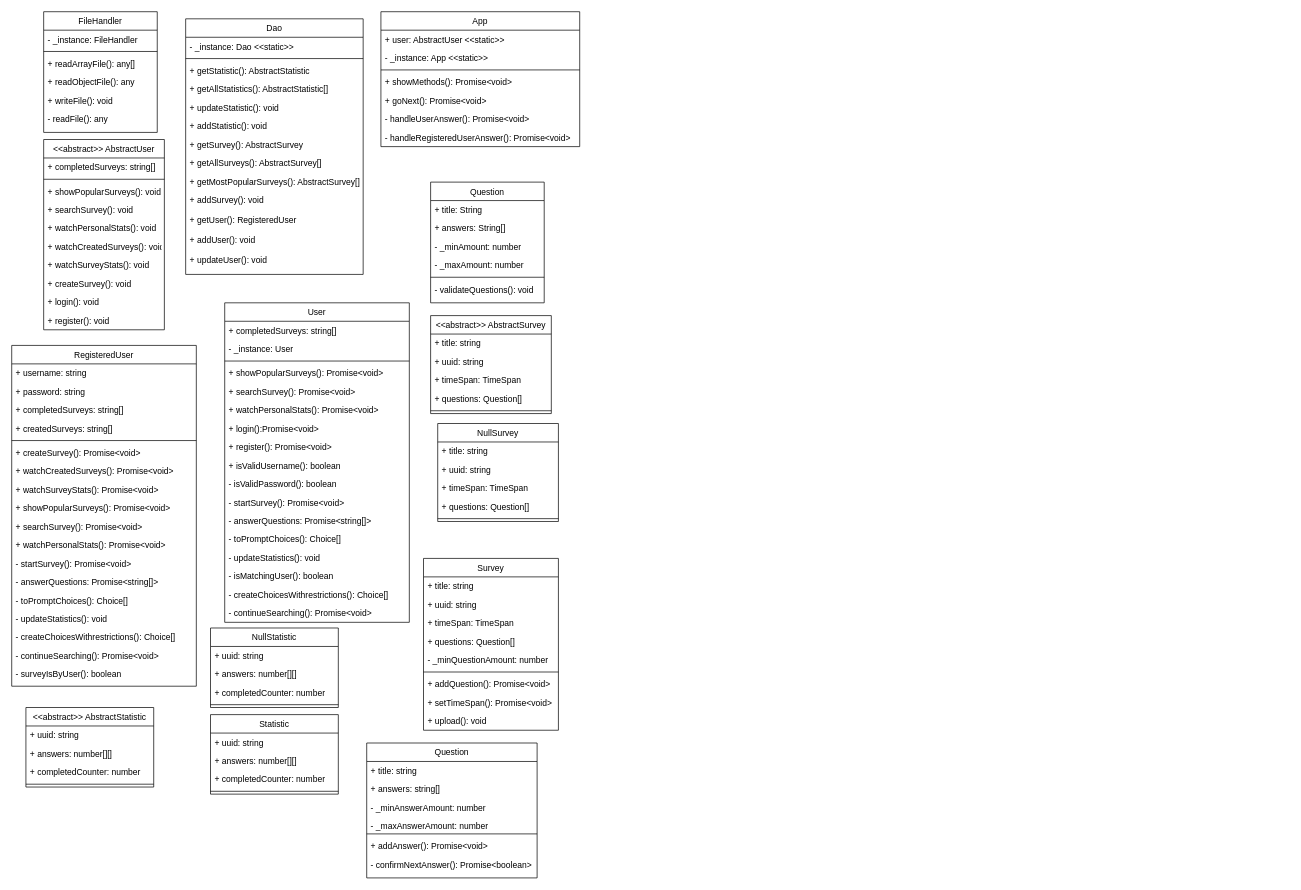
The draw.io diagram UML/class_diagram.drawio in FabianKowatsch/Questionaries_SoSe_2021, before the edit. Source tidied: cells renumbered, new cells numbered last; positions are measured from the earlier drawing's top-left corner, leaving out a move shared by most shapes. Both pictures are drawn from the tidied source at 71%, with x=0, y=0 at pixel (11, 11).
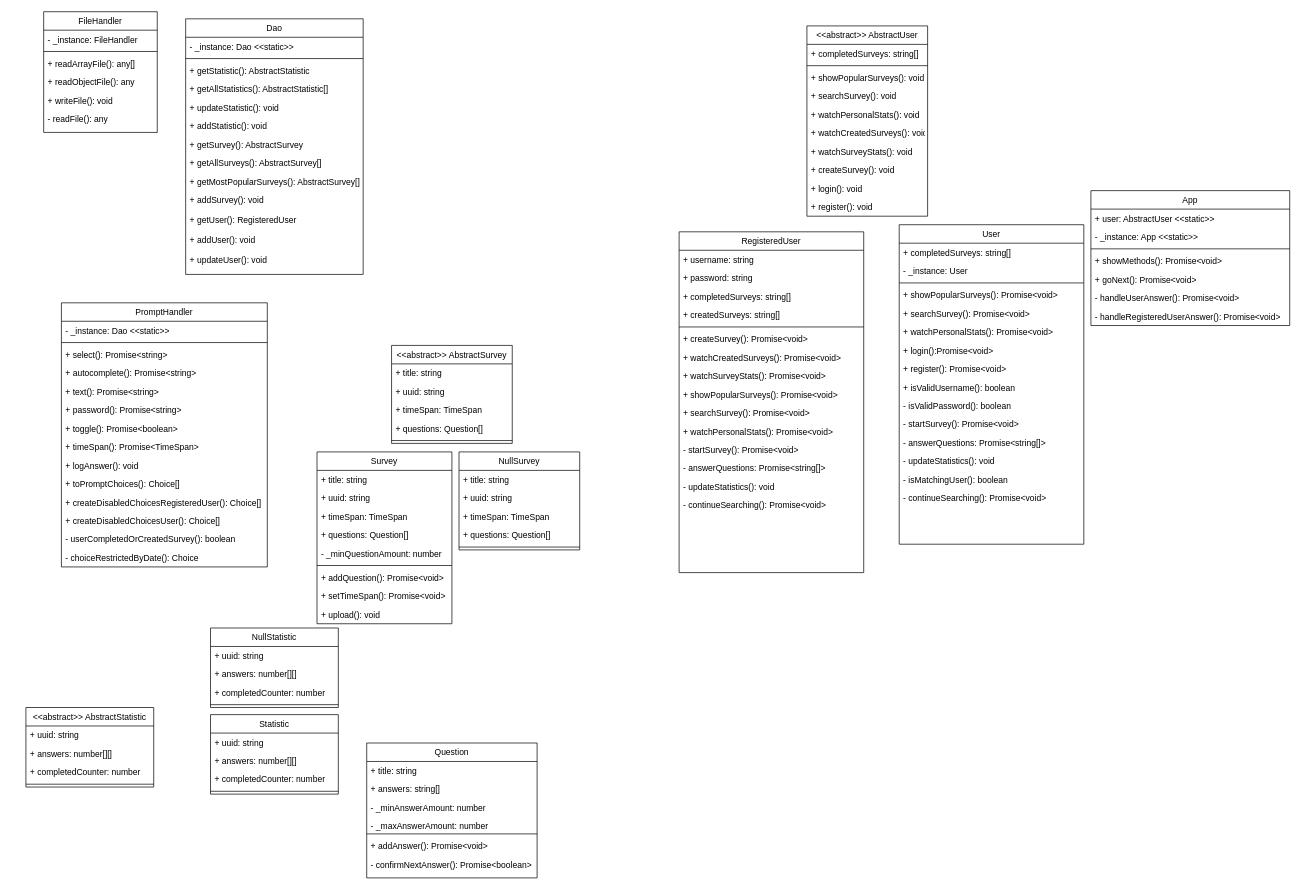
After the change.

Change to the diagram source:
```diff
@@
-    <mxCell id="2" value="Question" style="swimlane;fontStyle=0;align=center;verticalAlign=top;horizontal=1;startSize=26;rounded=0;shadow=0;strokeWidth=1;" parent="1" vertex="1">
-      <mxGeometry x="590" y="240" width="160" height="170" as="geometry" />
-    </mxCell>
-    <mxCell id="3" value="+ title: String" style="text;align=left;verticalAlign=top;spacingLeft=4;spacingRight=4;overflow=hidden;rounded=0;shadow=0;html=0;" parent="2" vertex="1">
-      <mxGeometry y="26" width="160" height="26" as="geometry" />
-    </mxCell>
-    <mxCell id="4" value="+ answers: String[]" style="text;align=left;verticalAlign=top;spacingLeft=4;spacingRight=4;overflow=hidden;rounded=0;shadow=0;html=0;" parent="2" vertex="1">
-      <mxGeometry y="52" width="160" height="26" as="geometry" />
-    </mxCell>
-    <mxCell id="5" value="- _minAmount: number&#10;" style="text;align=left;verticalAlign=top;spacingLeft=4;spacingRight=4;overflow=hidden;rounded=0;shadow=0;html=0;" parent="2" vertex="1">
-      <mxGeometry y="78" width="160" height="26" as="geometry" />
-    </mxCell>
-    <mxCell id="6" value="- _maxAmount: number&#10;" style="text;align=left;verticalAlign=top;spacingLeft=4;spacingRight=4;overflow=hidden;rounded=0;shadow=0;html=0;" parent="2" vertex="1">
-      <mxGeometry y="104" width="160" height="26" as="geometry" />
-    </mxCell>
-    <mxCell id="7" style="line;html=1;strokeWidth=1;align=left;verticalAlign=middle;spacingTop=-1;spacingLeft=3;spacingRight=3;labelPosition=right;" parent="2" vertex="1">
-      <mxGeometry y="130" width="160" height="8" as="geometry" />
-    </mxCell>
-    <mxCell id="8" value="- validateQuestions(): void" style="text;align=left;verticalAlign=top;spacingLeft=4;spacingRight=4;overflow=hidden;fontStyle=0;" parent="2" vertex="1">
-      <mxGeometry y="138" width="160" height="26" as="geometry" />
-    </mxCell>
     <mxCell id="9" value="App&#10;" style="swimlane;fontStyle=0;align=center;verticalAlign=top;horizontal=1;startSize=26;rounded=0;shadow=0;strokeWidth=1;" parent="1" vertex="1">
-      <mxGeometry x="520" width="280" height="190" as="geometry" />
+      <mxGeometry x="1520" y="252" width="280" height="190" as="geometry" />
     </mxCell>
@@
     <mxCell id="43" value="&lt;&lt;abstract&gt;&gt; AbstractSurvey" style="swimlane;fontStyle=0;align=center;verticalAlign=top;horizontal=1;startSize=26;rounded=0;shadow=0;strokeWidth=1;" parent="1" vertex="1">
-      <mxGeometry x="590" y="428" width="170" height="138" as="geometry" />
+      <mxGeometry x="535" y="470" width="170" height="138" as="geometry" />
     </mxCell>
@@
     <mxCell id="49" value="&lt;&lt;abstract&gt;&gt; AbstractUser" style="swimlane;fontStyle=0;align=center;verticalAlign=top;horizontal=1;startSize=26;rounded=0;shadow=0;strokeWidth=1;" parent="1" vertex="1">
-      <mxGeometry x="45" y="180" width="170" height="268" as="geometry" />
+      <mxGeometry x="1120" y="20" width="170" height="268" as="geometry" />
     </mxCell>
@@
     <mxCell id="60" value="User" style="swimlane;fontStyle=0;align=center;verticalAlign=top;horizontal=1;startSize=26;rounded=0;shadow=0;strokeWidth=1;" parent="1" vertex="1">
-      <mxGeometry x="300" y="410" width="260" height="450" as="geometry" />
+      <mxGeometry x="1250" y="300" width="260" height="450" as="geometry" />
     </mxCell>
@@
-    <mxCell id="73" value="- toPromptChoices(): Choice[]" style="text;align=left;verticalAlign=top;spacingLeft=4;spacingRight=4;overflow=hidden;rounded=0;shadow=0;html=0;" parent="60" vertex="1">
-      <mxGeometry y="320" width="260" height="26" as="geometry" />
-    </mxCell>
     <mxCell id="74" value="- updateStatistics(): void" style="text;align=left;verticalAlign=top;spacingLeft=4;spacingRight=4;overflow=hidden;rounded=0;shadow=0;html=0;" parent="60" vertex="1">
-      <mxGeometry y="346" width="260" height="26" as="geometry" />
+      <mxGeometry y="320" width="260" height="26" as="geometry" />
     </mxCell>
     <mxCell id="75" value="- isMatchingUser(): boolean" style="text;align=left;verticalAlign=top;spacingLeft=4;spacingRight=4;overflow=hidden;rounded=0;shadow=0;html=0;" parent="60" vertex="1">
-      <mxGeometry y="372" width="260" height="26" as="geometry" />
+      <mxGeometry y="346" width="260" height="26" as="geometry" />
     </mxCell>
-    <mxCell id="76" value="- createChoicesWithrestrictions(): Choice[]" style="text;align=left;verticalAlign=top;spacingLeft=4;spacingRight=4;overflow=hidden;rounded=0;shadow=0;html=0;" parent="60" vertex="1">
-      <mxGeometry y="398" width="260" height="26" as="geometry" />
-    </mxCell>
     <mxCell id="77" value="- continueSearching(): Promise&lt;void&gt;" style="text;align=left;verticalAlign=top;spacingLeft=4;spacingRight=4;overflow=hidden;rounded=0;shadow=0;html=0;" parent="60" vertex="1">
-      <mxGeometry y="424" width="260" height="26" as="geometry" />
+      <mxGeometry y="372" width="260" height="26" as="geometry" />
     </mxCell>
     <mxCell id="78" value="RegisteredUser" style="swimlane;fontStyle=0;align=center;verticalAlign=top;horizontal=1;startSize=26;rounded=0;shadow=0;strokeWidth=1;" parent="1" vertex="1">
-      <mxGeometry y="470" width="260" height="480" as="geometry" />
+      <mxGeometry x="940" y="310" width="260" height="480" as="geometry" />
     </mxCell>
@@
-    <mxCell id="92" value="- toPromptChoices(): Choice[]" style="text;align=left;verticalAlign=top;spacingLeft=4;spacingRight=4;overflow=hidden;rounded=0;shadow=0;html=0;" parent="78" vertex="1">
-      <mxGeometry y="346" width="260" height="26" as="geometry" />
-    </mxCell>
     <mxCell id="93" value="- updateStatistics(): void" style="text;align=left;verticalAlign=top;spacingLeft=4;spacingRight=4;overflow=hidden;rounded=0;shadow=0;html=0;" parent="78" vertex="1">
-      <mxGeometry y="372" width="260" height="26" as="geometry" />
+      <mxGeometry y="346" width="260" height="26" as="geometry" />
     </mxCell>
-    <mxCell id="94" value="- createChoicesWithrestrictions(): Choice[]" style="text;align=left;verticalAlign=top;spacingLeft=4;spacingRight=4;overflow=hidden;rounded=0;shadow=0;html=0;" parent="78" vertex="1">
-      <mxGeometry y="398" width="260" height="26" as="geometry" />
-    </mxCell>
     <mxCell id="95" value="- continueSearching(): Promise&lt;void&gt;" style="text;align=left;verticalAlign=top;spacingLeft=4;spacingRight=4;overflow=hidden;rounded=0;shadow=0;html=0;" parent="78" vertex="1">
-      <mxGeometry y="424" width="260" height="26" as="geometry" />
+      <mxGeometry y="372" width="260" height="26" as="geometry" />
     </mxCell>
-    <mxCell id="96" value="- surveyIsByUser(): boolean" style="text;align=left;verticalAlign=top;spacingLeft=4;spacingRight=4;overflow=hidden;rounded=0;shadow=0;html=0;" parent="78" vertex="1">
-      <mxGeometry y="450" width="260" height="26" as="geometry" />
-    </mxCell>
@@
     <mxCell id="107" value="Survey" style="swimlane;fontStyle=0;align=center;verticalAlign=top;horizontal=1;startSize=26;rounded=0;shadow=0;strokeWidth=1;" parent="1" vertex="1">
-      <mxGeometry x="580" y="770" width="190" height="242" as="geometry" />
+      <mxGeometry x="430" y="620" width="190" height="242" as="geometry" />
     </mxCell>
@@
     <mxCell id="117" value="NullSurvey" style="swimlane;fontStyle=0;align=center;verticalAlign=top;horizontal=1;startSize=26;rounded=0;shadow=0;strokeWidth=1;" parent="1" vertex="1">
-      <mxGeometry x="600" y="580" width="170" height="138" as="geometry" />
+      <mxGeometry x="630" y="620" width="170" height="138" as="geometry" />
     </mxCell>
@@
+    <mxCell id="131" value="PromptHandler" style="swimlane;fontStyle=0;align=center;verticalAlign=top;horizontal=1;startSize=26;rounded=0;shadow=0;strokeWidth=1;" parent="1" vertex="1">
+      <mxGeometry x="70" y="410" width="290" height="372" as="geometry" />
+    </mxCell>
+    <mxCell id="132" value="- _instance: Dao &lt;&lt;static&gt;&gt;" style="text;align=left;verticalAlign=top;spacingLeft=4;spacingRight=4;overflow=hidden;rounded=0;shadow=0;html=0;" parent="131" vertex="1">
+      <mxGeometry y="26" width="290" height="26" as="geometry" />
+    </mxCell>
+    <mxCell id="133" style="line;html=1;strokeWidth=1;align=left;verticalAlign=middle;spacingTop=-1;spacingLeft=3;spacingRight=3;labelPosition=right;" parent="131" vertex="1">
+      <mxGeometry y="52" width="290" height="8" as="geometry" />
+    </mxCell>
+    <mxCell id="134" value="+ select(): Promise&lt;string&gt;" style="text;align=left;verticalAlign=top;spacingLeft=4;spacingRight=4;overflow=hidden;fontStyle=0;" parent="131" vertex="1">
+      <mxGeometry y="60" width="290" height="26" as="geometry" />
+    </mxCell>
+    <mxCell id="135" value="+ autocomplete(): Promise&lt;string&gt;" style="text;align=left;verticalAlign=top;spacingLeft=4;spacingRight=4;overflow=hidden;fontStyle=0;" parent="131" vertex="1">
+      <mxGeometry y="86" width="290" height="26" as="geometry" />
+    </mxCell>
+    <mxCell id="136" value="+ text(): Promise&lt;string&gt;" style="text;align=left;verticalAlign=top;spacingLeft=4;spacingRight=4;overflow=hidden;fontStyle=0;" parent="131" vertex="1">
+      <mxGeometry y="112" width="290" height="26" as="geometry" />
+    </mxCell>
+    <mxCell id="137" value="+ password(): Promise&lt;string&gt;" style="text;align=left;verticalAlign=top;spacingLeft=4;spacingRight=4;overflow=hidden;fontStyle=0;" parent="131" vertex="1">
+      <mxGeometry y="138" width="290" height="26" as="geometry" />
+    </mxCell>
+    <mxCell id="138" value="+ toggle(): Promise&lt;boolean&gt;" style="text;align=left;verticalAlign=top;spacingLeft=4;spacingRight=4;overflow=hidden;fontStyle=0;" parent="131" vertex="1">
+      <mxGeometry y="164" width="290" height="26" as="geometry" />
+    </mxCell>
+    <mxCell id="139" value="+ timeSpan(): Promise&lt;TimeSpan&gt;" style="text;align=left;verticalAlign=top;spacingLeft=4;spacingRight=4;overflow=hidden;fontStyle=0;" parent="131" vertex="1">
+      <mxGeometry y="190" width="290" height="26" as="geometry" />
+    </mxCell>
+    <mxCell id="140" value="+ logAnswer(): void" style="text;align=left;verticalAlign=top;spacingLeft=4;spacingRight=4;overflow=hidden;fontStyle=0;" parent="131" vertex="1">
+      <mxGeometry y="216" width="290" height="26" as="geometry" />
+    </mxCell>
+    <mxCell id="141" value="+ toPromptChoices(): Choice[]" style="text;align=left;verticalAlign=top;spacingLeft=4;spacingRight=4;overflow=hidden;fontStyle=0;" parent="131" vertex="1">
+      <mxGeometry y="242" width="290" height="26" as="geometry" />
+    </mxCell>
+    <mxCell id="142" value="+ createDisabledChoicesRegisteredUser(): Choice[]" style="text;align=left;verticalAlign=top;spacingLeft=4;spacingRight=4;overflow=hidden;fontStyle=0;" parent="131" vertex="1">
+      <mxGeometry y="268" width="290" height="26" as="geometry" />
+    </mxCell>
+    <mxCell id="143" value="+ createDisabledChoicesUser(): Choice[]" style="text;align=left;verticalAlign=top;spacingLeft=4;spacingRight=4;overflow=hidden;fontStyle=0;" parent="131" vertex="1">
+      <mxGeometry y="294" width="290" height="26" as="geometry" />
+    </mxCell>
+    <mxCell id="144" value="- userCompletedOrCreatedSurvey(): boolean" style="text;align=left;verticalAlign=top;spacingLeft=4;spacingRight=4;overflow=hidden;fontStyle=0;" parent="131" vertex="1">
+      <mxGeometry y="320" width="290" height="26" as="geometry" />
+    </mxCell>
+    <mxCell id="145" value="- choiceRestrictedByDate(): Choice" style="text;align=left;verticalAlign=top;spacingLeft=4;spacingRight=4;overflow=hidden;fontStyle=0;" parent="131" vertex="1">
+      <mxGeometry y="346" width="290" height="26" as="geometry" />
+    </mxCell>
```
